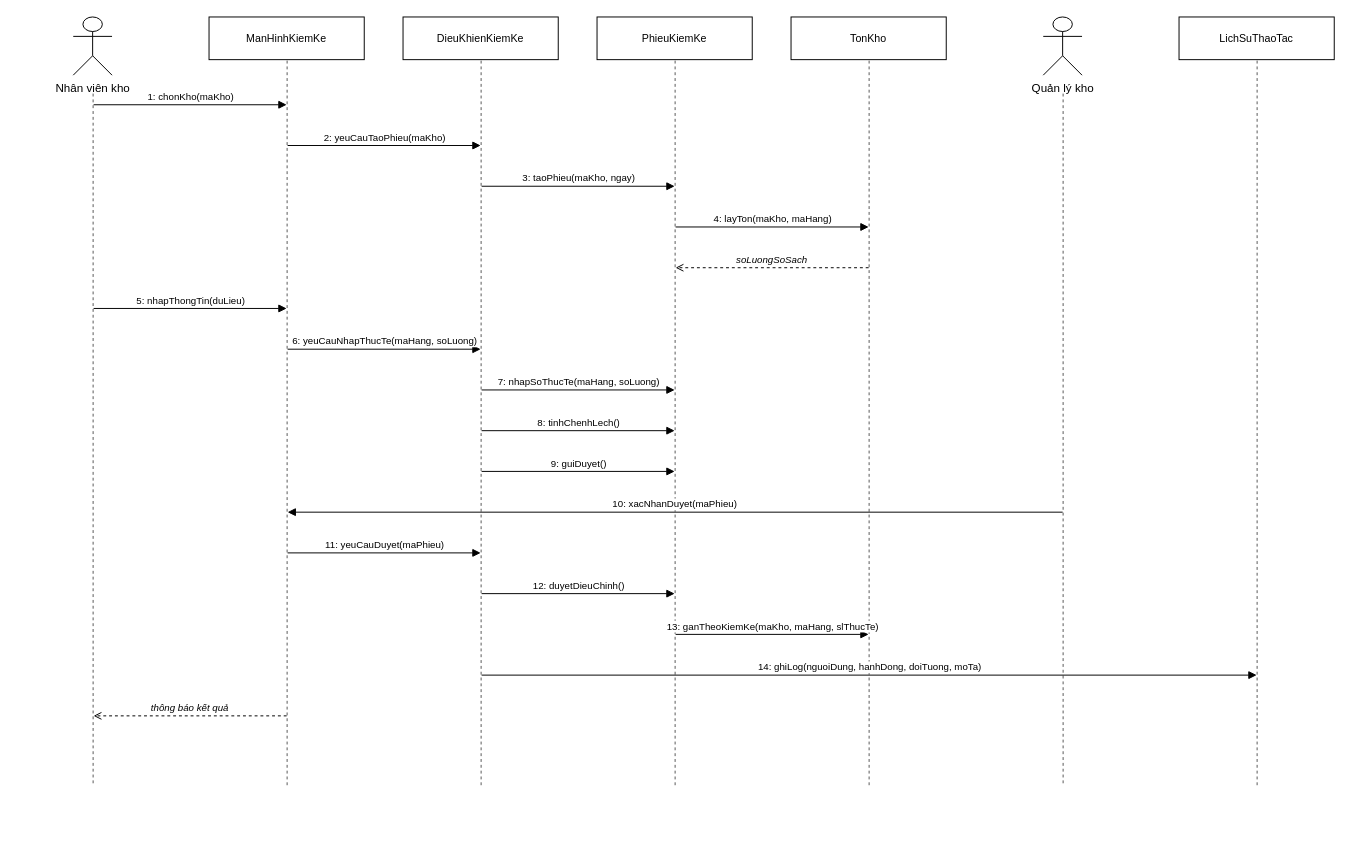
Before: diagram/drawio/5.33_sequence_uc33.drawio in quangminh1212/Phan-tich-va-thiet-ke-he-thong, a draw.io diagram. Source tidied: cells renumbered, new cells numbered last; positions are measured from the earlier drawing's top-left corner, leaving out a move shared by most shapes. Both pictures are drawn from the tidied source at 97%, with x=0, y=0 at pixel (73, 16).
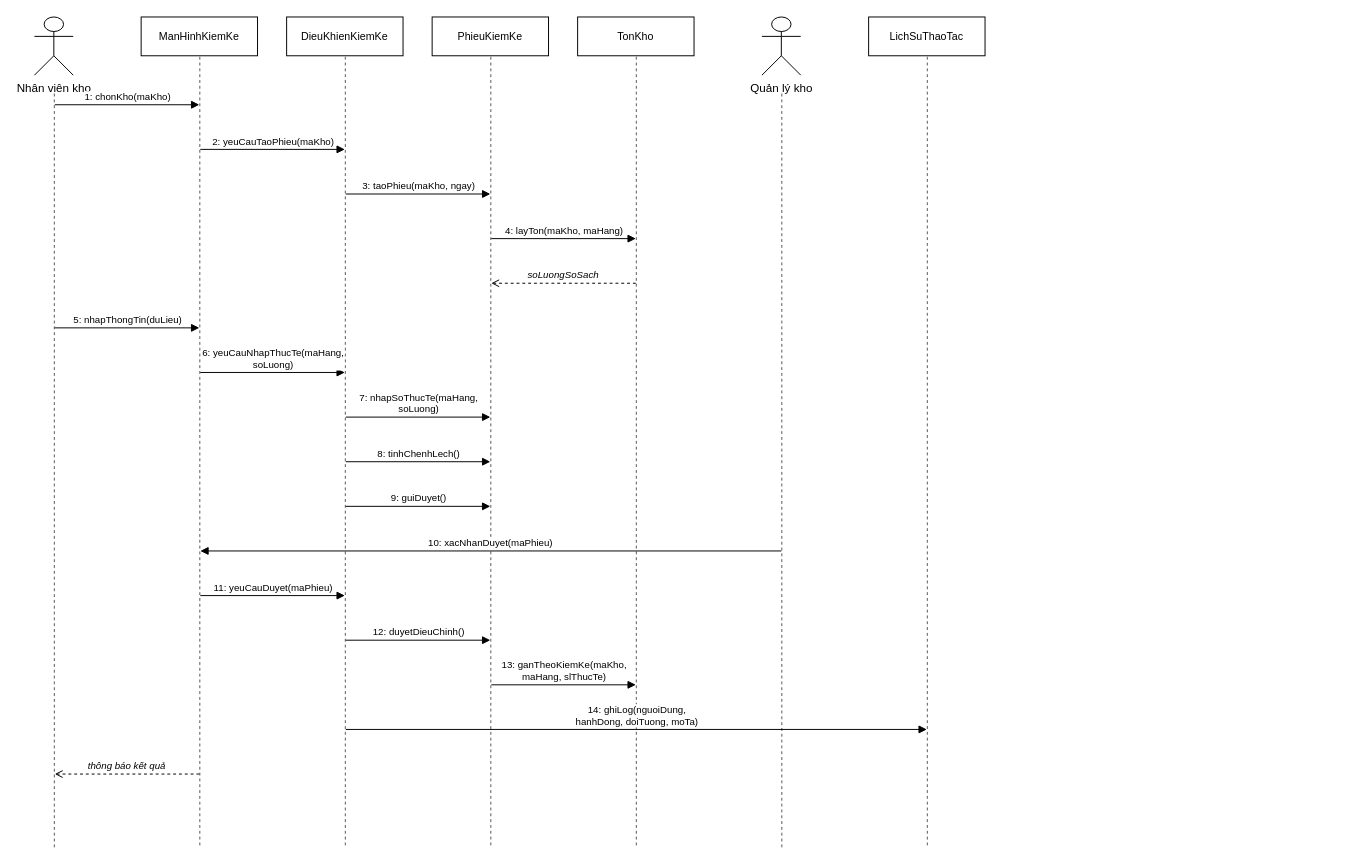
After the change.

Change to the diagram source:
```diff
@@
     <mxCell id="2" value="Nhân viên kho" style="shape=umlActor;verticalLabelPosition=bottom;verticalAlign=top;html=1;fillColor=#FFFFFF;strokeColor=#000000;" parent="1" vertex="1">
-      <mxGeometry width="40" height="60" as="geometry" />
+      <mxGeometry x="-40" width="40" height="60" as="geometry" />
     </mxCell>
     <mxCell id="3" style="point;html=1;fillColor=none;strokeColor=none;" parent="1" vertex="1">
-      <mxGeometry x="20" y="78" width="1" height="1" as="geometry" />
+      <mxGeometry x="-20" y="78" width="1" height="1" as="geometry" />
     </mxCell>
     <mxCell id="4" style="point;html=1;fillColor=none;strokeColor=none;" parent="1" vertex="1">
-      <mxGeometry x="20" y="792" width="1" height="1" as="geometry" />
+      <mxGeometry x="-20" y="856" width="1" height="1" as="geometry" />
     </mxCell>
@@
     <mxCell id="6" value="ManHinhKiemKe" style="rounded=0;whiteSpace=wrap;html=1;fillColor=#FFFFFF;strokeColor=#000000;fontSize=11;align=center;" parent="1" vertex="1">
-      <mxGeometry x="140" width="160" height="44" as="geometry" />
+      <mxGeometry x="70" width="120" height="40" as="geometry" />
     </mxCell>
     <mxCell id="7" style="point;html=1;fillColor=none;strokeColor=none;" parent="1" vertex="1">
-      <mxGeometry x="220" y="44" width="1" height="1" as="geometry" />
+      <mxGeometry x="130" y="40" width="1" height="1" as="geometry" />
     </mxCell>
     <mxCell id="8" style="point;html=1;fillColor=none;strokeColor=none;" parent="1" vertex="1">
-      <mxGeometry x="220" y="792" width="1" height="1" as="geometry" />
+      <mxGeometry x="130" y="856" width="1" height="1" as="geometry" />
     </mxCell>
@@
     <mxCell id="10" value="DieuKhienKiemKe" style="rounded=0;whiteSpace=wrap;html=1;fillColor=#FFFFFF;strokeColor=#000000;fontSize=11;align=center;" parent="1" vertex="1">
-      <mxGeometry x="340" width="160" height="44" as="geometry" />
+      <mxGeometry x="220" width="120" height="40" as="geometry" />
     </mxCell>
     <mxCell id="11" style="point;html=1;fillColor=none;strokeColor=none;" parent="1" vertex="1">
-      <mxGeometry x="420" y="44" width="1" height="1" as="geometry" />
+      <mxGeometry x="280" y="40" width="1" height="1" as="geometry" />
     </mxCell>
     <mxCell id="12" style="point;html=1;fillColor=none;strokeColor=none;" parent="1" vertex="1">
-      <mxGeometry x="420" y="792" width="1" height="1" as="geometry" />
+      <mxGeometry x="280" y="856" width="1" height="1" as="geometry" />
     </mxCell>
@@
     <mxCell id="14" value="PhieuKiemKe" style="rounded=0;whiteSpace=wrap;html=1;fillColor=#FFFFFF;strokeColor=#000000;fontSize=11;align=center;" parent="1" vertex="1">
-      <mxGeometry x="540" width="160" height="44" as="geometry" />
+      <mxGeometry x="370" width="120" height="40" as="geometry" />
     </mxCell>
     <mxCell id="15" style="point;html=1;fillColor=none;strokeColor=none;" parent="1" vertex="1">
-      <mxGeometry x="620" y="44" width="1" height="1" as="geometry" />
+      <mxGeometry x="430" y="40" width="1" height="1" as="geometry" />
     </mxCell>
     <mxCell id="16" style="point;html=1;fillColor=none;strokeColor=none;" parent="1" vertex="1">
-      <mxGeometry x="620" y="792" width="1" height="1" as="geometry" />
+      <mxGeometry x="430" y="856" width="1" height="1" as="geometry" />
     </mxCell>
@@
     <mxCell id="18" value="TonKho" style="rounded=0;whiteSpace=wrap;html=1;fillColor=#FFFFFF;strokeColor=#000000;fontSize=11;align=center;" parent="1" vertex="1">
-      <mxGeometry x="740" width="160" height="44" as="geometry" />
+      <mxGeometry x="520" width="120" height="40" as="geometry" />
     </mxCell>
     <mxCell id="19" style="point;html=1;fillColor=none;strokeColor=none;" parent="1" vertex="1">
-      <mxGeometry x="820" y="44" width="1" height="1" as="geometry" />
+      <mxGeometry x="580" y="40" width="1" height="1" as="geometry" />
     </mxCell>
     <mxCell id="20" style="point;html=1;fillColor=none;strokeColor=none;" parent="1" vertex="1">
-      <mxGeometry x="820" y="792" width="1" height="1" as="geometry" />
+      <mxGeometry x="580" y="856" width="1" height="1" as="geometry" />
     </mxCell>
@@
     <mxCell id="22" value="Quản lý kho" style="shape=umlActor;verticalLabelPosition=bottom;verticalAlign=top;html=1;fillColor=#FFFFFF;strokeColor=#000000;" parent="1" vertex="1">
-      <mxGeometry x="1000" width="40" height="60" as="geometry" />
+      <mxGeometry x="710" width="40" height="60" as="geometry" />
     </mxCell>
     <mxCell id="23" style="point;html=1;fillColor=none;strokeColor=none;" parent="1" vertex="1">
-      <mxGeometry x="1020" y="78" width="1" height="1" as="geometry" />
+      <mxGeometry x="730" y="78" width="1" height="1" as="geometry" />
     </mxCell>
     <mxCell id="24" style="point;html=1;fillColor=none;strokeColor=none;" parent="1" vertex="1">
-      <mxGeometry x="1020" y="792" width="1" height="1" as="geometry" />
+      <mxGeometry x="730" y="856" width="1" height="1" as="geometry" />
     </mxCell>
@@
     <mxCell id="26" value="LichSuThaoTac" style="rounded=0;whiteSpace=wrap;html=1;fillColor=#FFFFFF;strokeColor=#000000;fontSize=11;align=center;" parent="1" vertex="1">
-      <mxGeometry x="1140" width="160" height="44" as="geometry" />
+      <mxGeometry x="820" width="120" height="40" as="geometry" />
     </mxCell>
     <mxCell id="27" style="point;html=1;fillColor=none;strokeColor=none;" parent="1" vertex="1">
-      <mxGeometry x="1220" y="44" width="1" height="1" as="geometry" />
+      <mxGeometry x="880" y="40" width="1" height="1" as="geometry" />
     </mxCell>
     <mxCell id="28" style="point;html=1;fillColor=none;strokeColor=none;" parent="1" vertex="1">
-      <mxGeometry x="1220" y="792" width="1" height="1" as="geometry" />
+      <mxGeometry x="880" y="856" width="1" height="1" as="geometry" />
     </mxCell>
@@
     <mxCell id="30" style="point;html=1;fillColor=none;strokeColor=none;" parent="1" vertex="1">
-      <mxGeometry x="20" y="90" width="1" height="1" as="geometry" />
+      <mxGeometry x="-20" y="90" width="1" height="1" as="geometry" />
     </mxCell>
     <mxCell id="31" style="point;html=1;fillColor=none;strokeColor=none;" parent="1" vertex="1">
-      <mxGeometry x="220" y="90" width="1" height="1" as="geometry" />
+      <mxGeometry x="130" y="90" width="1" height="1" as="geometry" />
     </mxCell>
@@
     <mxCell id="33" style="point;html=1;fillColor=none;strokeColor=none;" parent="1" vertex="1">
-      <mxGeometry x="220" y="132" width="1" height="1" as="geometry" />
+      <mxGeometry x="130" y="136" width="1" height="1" as="geometry" />
     </mxCell>
     <mxCell id="34" style="point;html=1;fillColor=none;strokeColor=none;" parent="1" vertex="1">
-      <mxGeometry x="420" y="132" width="1" height="1" as="geometry" />
+      <mxGeometry x="280" y="136" width="1" height="1" as="geometry" />
     </mxCell>
@@
     <mxCell id="36" style="point;html=1;fillColor=none;strokeColor=none;" parent="1" vertex="1">
-      <mxGeometry x="420" y="174" width="1" height="1" as="geometry" />
+      <mxGeometry x="280" y="182" width="1" height="1" as="geometry" />
     </mxCell>
     <mxCell id="37" style="point;html=1;fillColor=none;strokeColor=none;" parent="1" vertex="1">
-      <mxGeometry x="620" y="174" width="1" height="1" as="geometry" />
+      <mxGeometry x="430" y="182" width="1" height="1" as="geometry" />
     </mxCell>
@@
     <mxCell id="39" style="point;html=1;fillColor=none;strokeColor=none;" parent="1" vertex="1">
-      <mxGeometry x="620" y="216" width="1" height="1" as="geometry" />
+      <mxGeometry x="430" y="228" width="1" height="1" as="geometry" />
     </mxCell>
     <mxCell id="40" style="point;html=1;fillColor=none;strokeColor=none;" parent="1" vertex="1">
-      <mxGeometry x="820" y="216" width="1" height="1" as="geometry" />
+      <mxGeometry x="580" y="228" width="1" height="1" as="geometry" />
     </mxCell>
@@
     <mxCell id="42" style="point;html=1;fillColor=none;strokeColor=none;" parent="1" vertex="1">
-      <mxGeometry x="820" y="258" width="1" height="1" as="geometry" />
+      <mxGeometry x="580" y="274" width="1" height="1" as="geometry" />
     </mxCell>
     <mxCell id="43" style="point;html=1;fillColor=none;strokeColor=none;" parent="1" vertex="1">
-      <mxGeometry x="620" y="258" width="1" height="1" as="geometry" />
+      <mxGeometry x="430" y="274" width="1" height="1" as="geometry" />
     </mxCell>
@@
     <mxCell id="45" style="point;html=1;fillColor=none;strokeColor=none;" parent="1" vertex="1">
-      <mxGeometry x="20" y="300" width="1" height="1" as="geometry" />
+      <mxGeometry x="-20" y="320" width="1" height="1" as="geometry" />
     </mxCell>
     <mxCell id="46" style="point;html=1;fillColor=none;strokeColor=none;" parent="1" vertex="1">
-      <mxGeometry x="220" y="300" width="1" height="1" as="geometry" />
+      <mxGeometry x="130" y="320" width="1" height="1" as="geometry" />
     </mxCell>
@@
     <mxCell id="48" style="point;html=1;fillColor=none;strokeColor=none;" parent="1" vertex="1">
-      <mxGeometry x="220" y="342" width="1" height="1" as="geometry" />
+      <mxGeometry x="130" y="366" width="1" height="1" as="geometry" />
     </mxCell>
     <mxCell id="49" style="point;html=1;fillColor=none;strokeColor=none;" parent="1" vertex="1">
-      <mxGeometry x="420" y="342" width="1" height="1" as="geometry" />
+      <mxGeometry x="280" y="366" width="1" height="1" as="geometry" />
     </mxCell>
-    <mxCell id="50" value="6: yeuCauNhapThucTe(maHang, soLuong)" style="html=1;verticalAlign=bottom;endArrow=block;endFill=1;rounded=0;strokeColor=#000000;fontSize=10;" parent="1" edge="1" source="48" target="49">
+    <mxCell id="50" value="6: yeuCauNhapThucTe(maHang,&#10;soLuong)" style="html=1;verticalAlign=bottom;endArrow=block;endFill=1;rounded=0;strokeColor=#000000;fontSize=10;" parent="1" edge="1" source="48" target="49">
       <mxGeometry relative="1" as="geometry" />
     </mxCell>
     <mxCell id="51" style="point;html=1;fillColor=none;strokeColor=none;" parent="1" vertex="1">
-      <mxGeometry x="420" y="384" width="1" height="1" as="geometry" />
+      <mxGeometry x="280" y="412" width="1" height="1" as="geometry" />
     </mxCell>
     <mxCell id="52" style="point;html=1;fillColor=none;strokeColor=none;" parent="1" vertex="1">
-      <mxGeometry x="620" y="384" width="1" height="1" as="geometry" />
+      <mxGeometry x="430" y="412" width="1" height="1" as="geometry" />
     </mxCell>
-    <mxCell id="53" value="7: nhapSoThucTe(maHang, soLuong)" style="html=1;verticalAlign=bottom;endArrow=block;endFill=1;rounded=0;strokeColor=#000000;fontSize=10;" parent="1" edge="1" source="51" target="52">
+    <mxCell id="53" value="7: nhapSoThucTe(maHang,&#10;soLuong)" style="html=1;verticalAlign=bottom;endArrow=block;endFill=1;rounded=0;strokeColor=#000000;fontSize=10;" parent="1" edge="1" source="51" target="52">
       <mxGeometry relative="1" as="geometry" />
     </mxCell>
     <mxCell id="54" style="point;html=1;fillColor=none;strokeColor=none;" parent="1" vertex="1">
-      <mxGeometry x="420" y="426" width="1" height="1" as="geometry" />
+      <mxGeometry x="280" y="458" width="1" height="1" as="geometry" />
     </mxCell>
     <mxCell id="55" style="point;html=1;fillColor=none;strokeColor=none;" parent="1" vertex="1">
-      <mxGeometry x="620" y="426" width="1" height="1" as="geometry" />
+      <mxGeometry x="430" y="458" width="1" height="1" as="geometry" />
     </mxCell>
@@
     <mxCell id="57" style="point;html=1;fillColor=none;strokeColor=none;" parent="1" vertex="1">
-      <mxGeometry x="420" y="468" width="1" height="1" as="geometry" />
+      <mxGeometry x="280" y="504" width="1" height="1" as="geometry" />
     </mxCell>
     <mxCell id="58" style="point;html=1;fillColor=none;strokeColor=none;" parent="1" vertex="1">
-      <mxGeometry x="620" y="468" width="1" height="1" as="geometry" />
+      <mxGeometry x="430" y="504" width="1" height="1" as="geometry" />
     </mxCell>
@@
     <mxCell id="60" style="point;html=1;fillColor=none;strokeColor=none;" parent="1" vertex="1">
-      <mxGeometry x="1020" y="510" width="1" height="1" as="geometry" />
+      <mxGeometry x="730" y="550" width="1" height="1" as="geometry" />
     </mxCell>
     <mxCell id="61" style="point;html=1;fillColor=none;strokeColor=none;" parent="1" vertex="1">
-      <mxGeometry x="220" y="510" width="1" height="1" as="geometry" />
+      <mxGeometry x="130" y="550" width="1" height="1" as="geometry" />
     </mxCell>
@@
     <mxCell id="63" style="point;html=1;fillColor=none;strokeColor=none;" parent="1" vertex="1">
-      <mxGeometry x="220" y="552" width="1" height="1" as="geometry" />
+      <mxGeometry x="130" y="596" width="1" height="1" as="geometry" />
     </mxCell>
     <mxCell id="64" style="point;html=1;fillColor=none;strokeColor=none;" parent="1" vertex="1">
-      <mxGeometry x="420" y="552" width="1" height="1" as="geometry" />
+      <mxGeometry x="280" y="596" width="1" height="1" as="geometry" />
     </mxCell>
@@
     <mxCell id="66" style="point;html=1;fillColor=none;strokeColor=none;" parent="1" vertex="1">
-      <mxGeometry x="420" y="594" width="1" height="1" as="geometry" />
+      <mxGeometry x="280" y="642" width="1" height="1" as="geometry" />
     </mxCell>
     <mxCell id="67" style="point;html=1;fillColor=none;strokeColor=none;" parent="1" vertex="1">
-      <mxGeometry x="620" y="594" width="1" height="1" as="geometry" />
+      <mxGeometry x="430" y="642" width="1" height="1" as="geometry" />
     </mxCell>
@@
     <mxCell id="69" style="point;html=1;fillColor=none;strokeColor=none;" parent="1" vertex="1">
-      <mxGeometry x="620" y="636" width="1" height="1" as="geometry" />
+      <mxGeometry x="430" y="688" width="1" height="1" as="geometry" />
     </mxCell>
     <mxCell id="70" style="point;html=1;fillColor=none;strokeColor=none;" parent="1" vertex="1">
-      <mxGeometry x="820" y="636" width="1" height="1" as="geometry" />
+      <mxGeometry x="580" y="688" width="1" height="1" as="geometry" />
     </mxCell>
-    <mxCell id="71" value="13: ganTheoKiemKe(maKho, maHang, slThucTe)" style="html=1;verticalAlign=bottom;endArrow=block;endFill=1;rounded=0;strokeColor=#000000;fontSize=10;" parent="1" edge="1" source="69" target="70">
+    <mxCell id="71" value="13: ganTheoKiemKe(maKho,&#10;maHang, slThucTe)" style="html=1;verticalAlign=bottom;endArrow=block;endFill=1;rounded=0;strokeColor=#000000;fontSize=10;" parent="1" edge="1" source="69" target="70">
       <mxGeometry relative="1" as="geometry" />
     </mxCell>
     <mxCell id="72" style="point;html=1;fillColor=none;strokeColor=none;" parent="1" vertex="1">
-      <mxGeometry x="420" y="678" width="1" height="1" as="geometry" />
+      <mxGeometry x="280" y="734" width="1" height="1" as="geometry" />
     </mxCell>
     <mxCell id="73" style="point;html=1;fillColor=none;strokeColor=none;" parent="1" vertex="1">
-      <mxGeometry x="1220" y="678" width="1" height="1" as="geometry" />
+      <mxGeometry x="880" y="734" width="1" height="1" as="geometry" />
     </mxCell>
-    <mxCell id="74" value="14: ghiLog(nguoiDung, hanhDong, doiTuong, moTa)" style="html=1;verticalAlign=bottom;endArrow=block;endFill=1;rounded=0;strokeColor=#000000;fontSize=10;" parent="1" edge="1" source="72" target="73">
+    <mxCell id="74" value="14: ghiLog(nguoiDung,&#10;hanhDong, doiTuong, moTa)" style="html=1;verticalAlign=bottom;endArrow=block;endFill=1;rounded=0;strokeColor=#000000;fontSize=10;" parent="1" edge="1" source="72" target="73">
       <mxGeometry relative="1" as="geometry" />
     </mxCell>
     <mxCell id="75" style="point;html=1;fillColor=none;strokeColor=none;" parent="1" vertex="1">
-      <mxGeometry x="220" y="720" width="1" height="1" as="geometry" />
+      <mxGeometry x="130" y="780" width="1" height="1" as="geometry" />
     </mxCell>
     <mxCell id="76" style="point;html=1;fillColor=none;strokeColor=none;" parent="1" vertex="1">
-      <mxGeometry x="20" y="720" width="1" height="1" as="geometry" />
+      <mxGeometry x="-20" y="780" width="1" height="1" as="geometry" />
     </mxCell>
```
